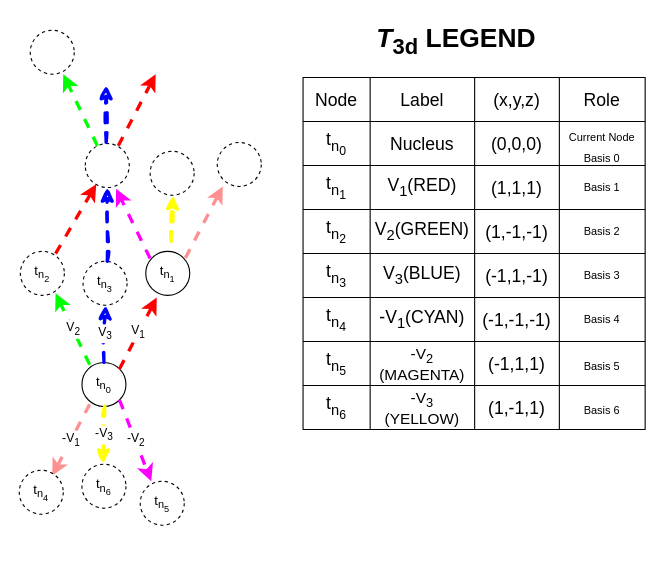
This is paper/figures/lattice.drawio from JackDMenendez/discrete-causal-lattice, a draw.io file, before an edit. Source tidied: cells renumbered, new cells numbered last; positions are measured from the earlier drawing's top-left corner, leaving out a move shared by most shapes. Both pictures are drawn from the tidied source at 110%, with x=0, y=0 at pixel (19, 19).
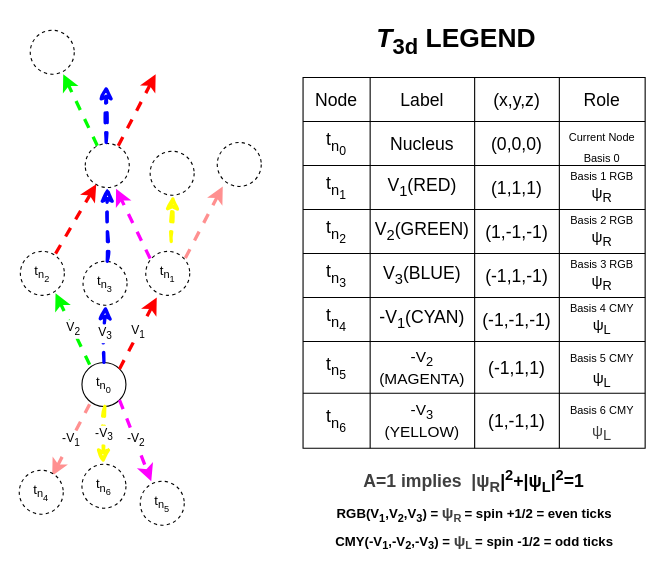
The same diagram, later.

The change refers to these unchanged cells:
```xml
<mxCell id="39" style="shape=tableRow;horizontal=0;startSize=0;swimlaneHead=0;swimlaneBody=0;strokeColor=inherit;top=0;left=0;bottom=0;right=0;fillColor=none;fontSize=16;" parent="28" vertex="1">
  <mxGeometry y="80" width="311" height="40" as="geometry" />
</mxCell>
<mxCell id="44" style="shape=tableRow;horizontal=0;startSize=0;swimlaneHead=0;swimlaneBody=0;strokeColor=inherit;top=0;left=0;bottom=0;right=0;fillColor=none;fontSize=16;" parent="28" vertex="1">
  <mxGeometry y="120" width="311" height="40" as="geometry" />
</mxCell>
<mxCell id="49" style="shape=tableRow;horizontal=0;startSize=0;swimlaneHead=0;swimlaneBody=0;strokeColor=inherit;top=0;left=0;bottom=0;right=0;fillColor=none;fontSize=16;" parent="28" vertex="1">
  <mxGeometry y="160" width="311" height="40" as="geometry" />
</mxCell>
<mxCell id="54" style="shape=tableRow;horizontal=0;startSize=0;swimlaneHead=0;swimlaneBody=0;strokeColor=inherit;top=0;left=0;bottom=0;right=0;fillColor=none;fontSize=16;" parent="28" vertex="1">
  <mxGeometry y="200" width="311" height="40" as="geometry" />
</mxCell>
```

Diff of the diagram source:
```diff
@@
-    <mxCell id="5" value="t&lt;sub&gt;n&lt;sub&gt;1&lt;/sub&gt;&lt;/sub&gt;" style="ellipse;whiteSpace=wrap;html=1;" parent="1" vertex="1">
+    <mxCell id="5" value="t&lt;sub&gt;n&lt;sub&gt;1&lt;/sub&gt;&lt;/sub&gt;" style="ellipse;whiteSpace=wrap;html=1;dashed=1;" parent="1" vertex="1">
       <mxGeometry x="115" y="211" width="40" height="40" as="geometry" />
     </mxCell>
@@
     <mxCell id="28" style="shape=table;startSize=0;childLayout=tableLayout;fontSize=16;" parent="1" vertex="1">
-      <mxGeometry x="258" y="53" width="311" height="320" as="geometry" />
+      <mxGeometry x="258" y="53" width="311" height="337" as="geometry" />
     </mxCell>
@@
-    <mxCell id="43" value="Basis 1" style="shape=partialRectangle;html=1;whiteSpace=wrap;strokeColor=inherit;overflow=hidden;fillColor=none;top=0;left=0;bottom=0;right=0;fontSize=10;" parent="39" vertex="1">
+    <mxCell id="43" value="Basis 1 RGB&lt;br&gt;&lt;font style=&quot;font-size: 14px;&quot;&gt;ψ&lt;sub style=&quot;&quot;&gt;R&lt;/sub&gt;&lt;/font&gt;" style="shape=partialRectangle;html=1;whiteSpace=wrap;strokeColor=inherit;overflow=hidden;fillColor=none;top=0;left=0;bottom=0;right=0;fontSize=10;" parent="39" vertex="1">
       <mxGeometry x="233" width="78" height="40" as="geometry" />
     </mxCell>
@@
-    <mxCell id="48" value="Basis 2" style="shape=partialRectangle;html=1;whiteSpace=wrap;strokeColor=inherit;overflow=hidden;fillColor=none;top=0;left=0;bottom=0;right=0;fontSize=10;" parent="44" vertex="1">
+    <mxCell id="48" value="Basis 2 RGB&lt;br&gt;&lt;font style=&quot;font-size: 14px;&quot;&gt;ψ&lt;sub style=&quot;&quot;&gt;R&lt;/sub&gt;&lt;/font&gt;" style="shape=partialRectangle;html=1;whiteSpace=wrap;strokeColor=inherit;overflow=hidden;fillColor=none;top=0;left=0;bottom=0;right=0;fontSize=10;" parent="44" vertex="1">
       <mxGeometry x="233" width="78" height="40" as="geometry" />
     </mxCell>
@@
-    <mxCell id="53" value="Basis 3" style="shape=partialRectangle;html=1;whiteSpace=wrap;strokeColor=inherit;overflow=hidden;fillColor=none;top=0;left=0;bottom=0;right=0;fontSize=10;" parent="49" vertex="1">
+    <mxCell id="53" value="Basis 3 RGB&lt;br&gt;&lt;font style=&quot;font-size: 14px;&quot;&gt;ψ&lt;sub style=&quot;&quot;&gt;R&lt;/sub&gt;&lt;/font&gt;" style="shape=partialRectangle;html=1;whiteSpace=wrap;strokeColor=inherit;overflow=hidden;fillColor=none;top=0;left=0;bottom=0;right=0;fontSize=10;" parent="49" vertex="1">
       <mxGeometry x="233" width="78" height="40" as="geometry" />
     </mxCell>
@@
-    <mxCell id="58" value="Basis 4" style="shape=partialRectangle;html=1;whiteSpace=wrap;strokeColor=inherit;overflow=hidden;fillColor=none;top=0;left=0;bottom=0;right=0;fontSize=10;" parent="54" vertex="1">
+    <mxCell id="58" value="Basis 4 CMY&lt;br&gt;&lt;font style=&quot;font-size: 14px;&quot;&gt;ψ&lt;sub style=&quot;&quot;&gt;L&lt;/sub&gt;&lt;/font&gt;" style="shape=partialRectangle;html=1;whiteSpace=wrap;strokeColor=inherit;overflow=hidden;fillColor=none;top=0;left=0;bottom=0;right=0;fontSize=10;" parent="54" vertex="1">
       <mxGeometry x="233" width="78" height="40" as="geometry" />
     </mxCell>
     <mxCell id="59" style="shape=tableRow;horizontal=0;startSize=0;swimlaneHead=0;swimlaneBody=0;strokeColor=inherit;top=0;left=0;bottom=0;right=0;fillColor=none;fontSize=16;" parent="28" vertex="1">
-      <mxGeometry y="240" width="311" height="40" as="geometry" />
+      <mxGeometry y="240" width="311" height="47" as="geometry" />
     </mxCell>
     <mxCell id="60" value="t&lt;sub&gt;n&lt;sub&gt;5&lt;/sub&gt;&lt;/sub&gt;" style="shape=partialRectangle;html=1;whiteSpace=wrap;strokeColor=inherit;overflow=hidden;fillColor=none;top=0;left=0;bottom=0;right=0;fontSize=16;" parent="59" vertex="1">
-      <mxGeometry width="61" height="40" as="geometry" />
+      <mxGeometry width="61" height="47" as="geometry" />
     </mxCell>
     <mxCell id="61" value="-V&lt;sub&gt;2&lt;/sub&gt;&lt;br&gt;(MAGENTA)" style="shape=partialRectangle;html=1;whiteSpace=wrap;strokeColor=inherit;overflow=hidden;fillColor=none;top=0;left=0;bottom=0;right=0;fontSize=14;" parent="59" vertex="1">
-      <mxGeometry x="61" width="95" height="40" as="geometry" />
+      <mxGeometry x="61" width="95" height="47" as="geometry" />
     </mxCell>
     <mxCell id="62" value="(-1,1,1)" style="shape=partialRectangle;html=1;whiteSpace=wrap;strokeColor=inherit;overflow=hidden;fillColor=none;top=0;left=0;bottom=0;right=0;fontSize=16;" parent="59" vertex="1">
-      <mxGeometry x="156" width="77" height="40" as="geometry" />
+      <mxGeometry x="156" width="77" height="47" as="geometry" />
     </mxCell>
-    <mxCell id="63" value="&lt;font size=&quot;1&quot;&gt;Basis 5&lt;/font&gt;" style="shape=partialRectangle;html=1;whiteSpace=wrap;strokeColor=inherit;overflow=hidden;fillColor=none;top=0;left=0;bottom=0;right=0;fontSize=16;" parent="59" vertex="1">
-      <mxGeometry x="233" width="78" height="40" as="geometry" />
+    <mxCell id="63" value="&lt;font style=&quot;&quot;&gt;&lt;font style=&quot;font-size: 10px;&quot;&gt;Basis 5 CMY&lt;/font&gt;&lt;br&gt;&lt;font style=&quot;font-size: 14px;&quot;&gt;ψ&lt;sub style=&quot;&quot;&gt;L&lt;/sub&gt;&lt;/font&gt;&lt;/font&gt;" style="shape=partialRectangle;html=1;whiteSpace=wrap;strokeColor=inherit;overflow=hidden;fillColor=none;top=0;left=0;bottom=0;right=0;fontSize=16;" parent="59" vertex="1">
+      <mxGeometry x="233" width="78" height="47" as="geometry" />
     </mxCell>
     <mxCell id="64" style="shape=tableRow;horizontal=0;startSize=0;swimlaneHead=0;swimlaneBody=0;strokeColor=inherit;top=0;left=0;bottom=0;right=0;fillColor=none;fontSize=16;" parent="28" vertex="1">
-      <mxGeometry y="280" width="311" height="40" as="geometry" />
+      <mxGeometry y="287" width="311" height="50" as="geometry" />
     </mxCell>
     <mxCell id="65" value="t&lt;sub&gt;n&lt;sub&gt;6&lt;/sub&gt;&lt;/sub&gt;" style="shape=partialRectangle;html=1;whiteSpace=wrap;strokeColor=inherit;overflow=hidden;fillColor=none;top=0;left=0;bottom=0;right=0;fontSize=16;" parent="64" vertex="1">
-      <mxGeometry width="61" height="40" as="geometry" />
+      <mxGeometry width="61" height="50" as="geometry" />
     </mxCell>
     <mxCell id="66" value="-V&lt;sub&gt;3&lt;/sub&gt;&lt;br&gt;(YELLOW)" style="shape=partialRectangle;html=1;whiteSpace=wrap;strokeColor=inherit;overflow=hidden;fillColor=none;top=0;left=0;bottom=0;right=0;fontSize=14;" parent="64" vertex="1">
-      <mxGeometry x="61" width="95" height="40" as="geometry" />
+      <mxGeometry x="61" width="95" height="50" as="geometry" />
     </mxCell>
     <mxCell id="67" value="(1,-1,1)" style="shape=partialRectangle;html=1;whiteSpace=wrap;strokeColor=inherit;overflow=hidden;fillColor=none;top=0;left=0;bottom=0;right=0;fontSize=16;" parent="64" vertex="1">
-      <mxGeometry x="156" width="77" height="40" as="geometry" />
+      <mxGeometry x="156" width="77" height="50" as="geometry" />
     </mxCell>
-    <mxCell id="68" value="&lt;font size=&quot;1&quot;&gt;Basis 6&lt;/font&gt;" style="shape=partialRectangle;html=1;whiteSpace=wrap;strokeColor=inherit;overflow=hidden;fillColor=none;top=0;left=0;bottom=0;right=0;fontSize=16;" parent="64" vertex="1">
-      <mxGeometry x="233" width="78" height="40" as="geometry" />
+    <mxCell id="68" value="&lt;font size=&quot;1&quot;&gt;Basis 6 CMY&lt;br&gt;&lt;/font&gt;&lt;span style=&quot;color: rgb(63, 63, 63); font-size: 14px;&quot;&gt;ψ&lt;/span&gt;&lt;sub style=&quot;color: rgb(63, 63, 63); scrollbar-color: rgb(226, 226, 226) rgb(251, 251, 251);&quot;&gt;L&lt;/sub&gt;&lt;font size=&quot;1&quot;&gt;&lt;/font&gt;" style="shape=partialRectangle;html=1;whiteSpace=wrap;strokeColor=inherit;overflow=hidden;fillColor=none;top=0;left=0;bottom=0;right=0;fontSize=16;" parent="64" vertex="1">
+      <mxGeometry x="233" width="78" height="50" as="geometry" />
     </mxCell>
@@
+    <mxCell id="70" value="&lt;font style=&quot;font-size: 16px;&quot;&gt;&lt;b&gt;&lt;span style=&quot;color: rgb(63, 63, 63);&quot;&gt;A=1 implies&amp;nbsp; |ψ&lt;/span&gt;&lt;sub style=&quot;color: rgb(63, 63, 63); scrollbar-color: rgb(226, 226, 226) rgb(251, 251, 251);&quot;&gt;R&lt;/sub&gt;|&lt;sup&gt;2&lt;/sup&gt;+|ψ&lt;sub&gt;L&lt;/sub&gt;|&lt;sup&gt;2&lt;/sup&gt;=1&lt;/b&gt;&lt;/font&gt;" style="text;html=1;align=center;verticalAlign=middle;whiteSpace=wrap;rounded=0;" parent="1" vertex="1">
+      <mxGeometry x="305.2" y="405" width="216.5" height="30" as="geometry" />
+    </mxCell>
+    <mxCell id="71" value="&lt;b&gt;RGB(V&lt;sub&gt;1&lt;/sub&gt;,V&lt;sub&gt;2&lt;/sub&gt;,V&lt;sub&gt;3&lt;/sub&gt;) =&amp;nbsp;&lt;span style=&quot;color: rgb(63, 63, 63); font-size: 14px;&quot;&gt;ψ&lt;/span&gt;&lt;sub style=&quot;color: rgb(63, 63, 63); scrollbar-color: rgb(226, 226, 226) rgb(251, 251, 251);&quot;&gt;R&amp;nbsp;&lt;/sub&gt;= spin +1/2 = even ticks&lt;/b&gt;" style="text;html=1;align=center;verticalAlign=middle;whiteSpace=wrap;rounded=0;" parent="1" vertex="1">
+      <mxGeometry x="269" y="435" width="290" height="30" as="geometry" />
+    </mxCell>
+    <mxCell id="72" value="&lt;b&gt;CMY(-V&lt;sub&gt;1&lt;/sub&gt;,-V&lt;sub&gt;2&lt;/sub&gt;,-V&lt;sub&gt;3&lt;/sub&gt;) =&amp;nbsp;&lt;span style=&quot;color: rgb(63, 63, 63); font-size: 14px;&quot;&gt;ψ&lt;/span&gt;&lt;sub style=&quot;color: rgb(63, 63, 63); scrollbar-color: rgb(226, 226, 226) rgb(251, 251, 251);&quot;&gt;L&amp;nbsp;&lt;/sub&gt;= spin -1/2 = odd ticks&lt;/b&gt;" style="text;html=1;align=center;verticalAlign=middle;whiteSpace=wrap;rounded=0;" parent="1" vertex="1">
+      <mxGeometry x="269" y="460" width="290" height="30" as="geometry" />
+    </mxCell>
```
